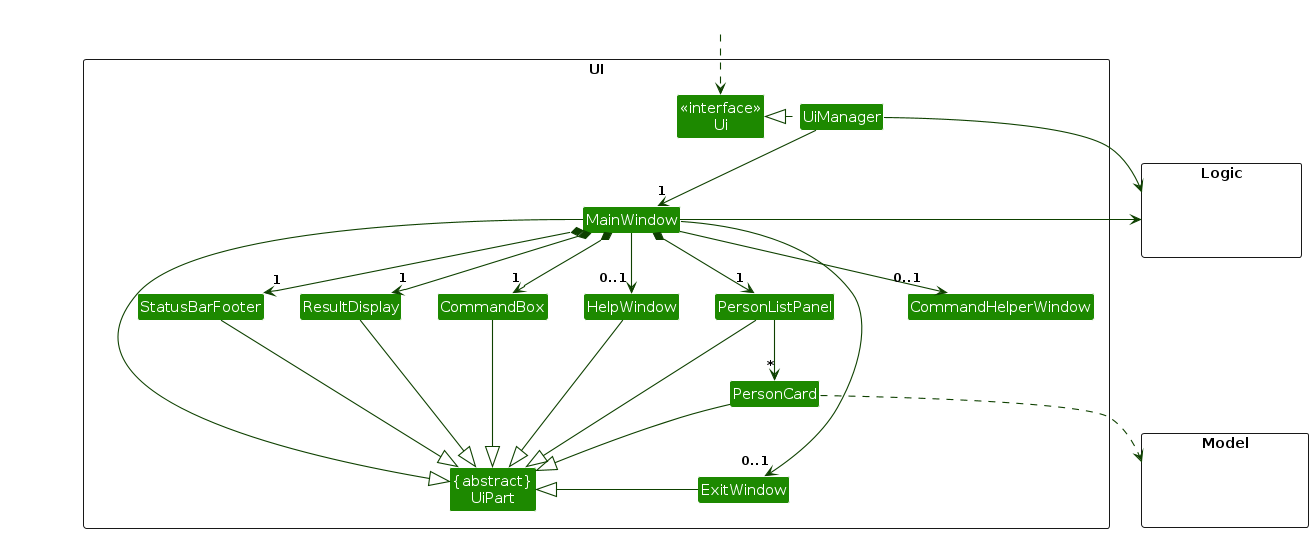
This is diagrams/UiClassDiagram.png from smolegz/tp, a PlantUML export, as it was before one commit. Its source is kept beside it as diagrams/UiClassDiagram.puml.
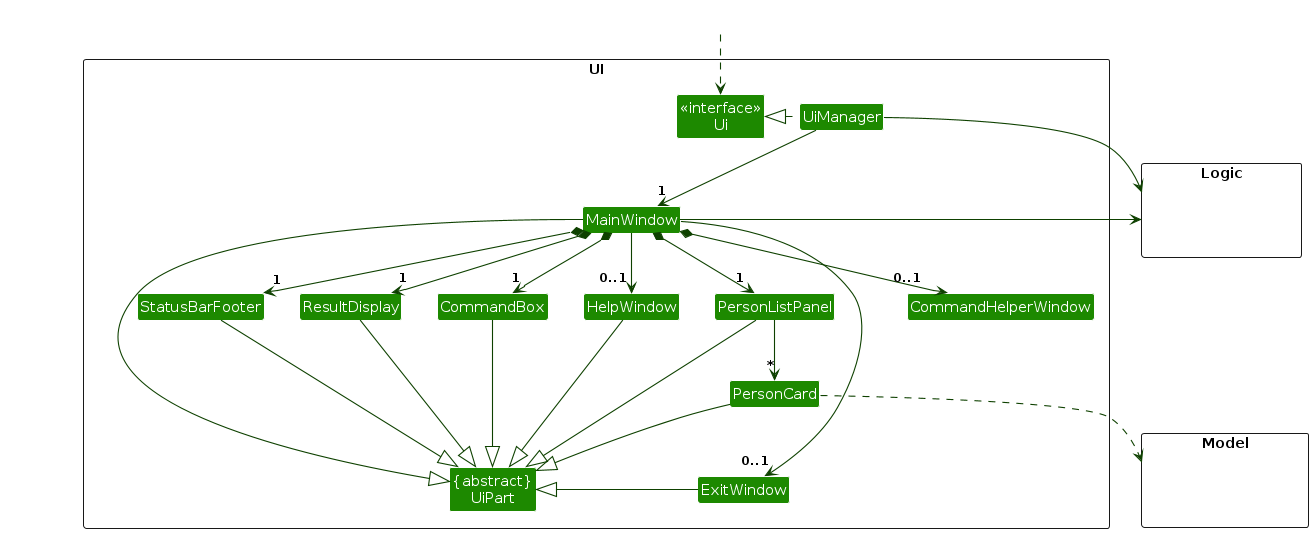
The same diagram one commit later.

Diff of the diagram source:
```diff
@@ -38,7 +38,7 @@
 MainWindow *-down-> "1" StatusBarFooter
 MainWindow --> "0..1" HelpWindow
 MainWindow --> "0..1" ExitWindow
-MainWindow --> "0..1" CommandHelperWindow
+MainWindow *--> "0..1" CommandHelperWindow
 
 PersonListPanel -down-> "*" PersonCard
 
```
